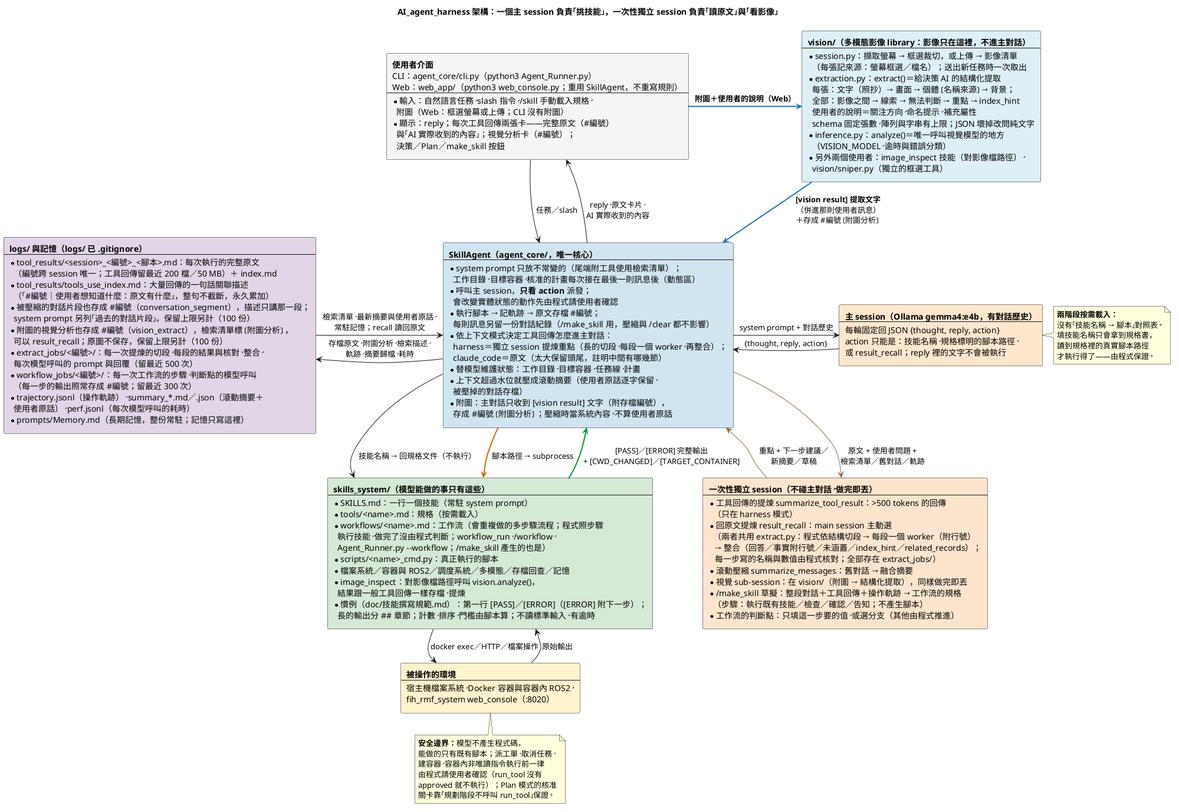
Before: doc/images/AI_agent_harness的說明.png, a diagram exported from PlantUML (DavidZox/Coding_agnet).
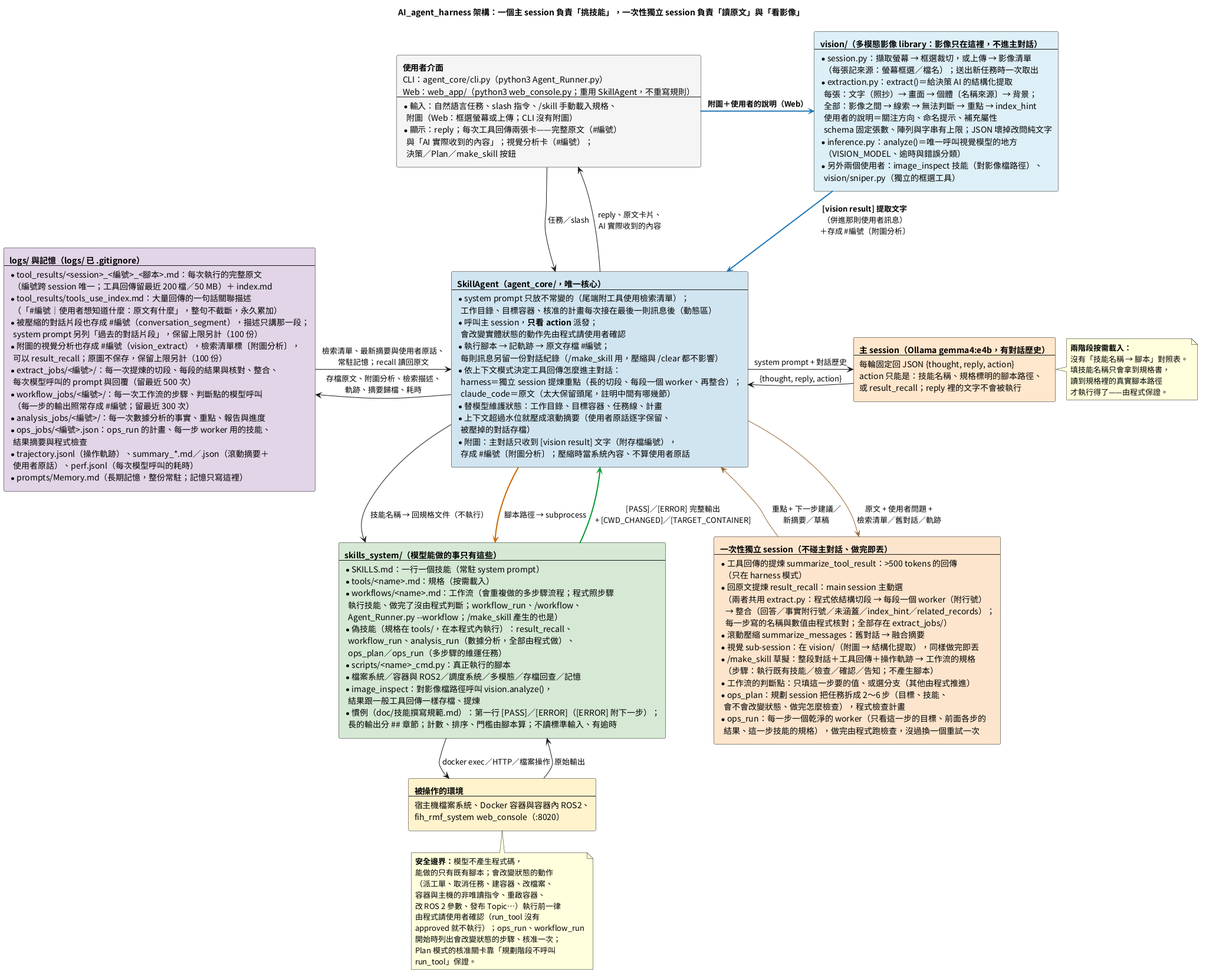
Later version of the same file.

The edit, as a diff of the source:
```diff
@@ -3,7 +3,7 @@
 skinparam ranksep 60
 skinparam nodesep 60
 skinparam shadowing false
-skinparam defaultFontName "Microsoft JhengHei"
+skinparam defaultFontName "Noto Sans CJK TC"
 
 title AI_agent_harness 架構：一個主 session 負責「挑技能」，一次性獨立 session 負責「讀原文」與「看影像」
 
@@ -76,6 +76,10 @@
   * /make_skill 草擬：整段對話＋工具回傳＋操作軌跡 → 工作流的規格
     （步驟：執行既有技能／檢查／確認／告知；不產生腳本）
   * 工作流的判斷點：只填這一步要的值、或選分支（其他由程式推進）
+  * ops_plan：規劃 session 把任務拆成 2～6 步（目標、技能、
+    會不會改變狀態、做完怎麼檢查），程式檢查計畫
+  * ops_run：每一步一個乾淨的 worker（只看這一步的目標、前面各步的
+    結果、這一步技能的規格），做完由程式跑檢查，沒過換一個重試一次
 ]
 
 rectangle NodeSkills #D5E8D4 [
@@ -86,6 +90,9 @@
   * workflows/<name>.md：工作流（會重複做的多步驟流程；程式照步驟
     執行技能、做完了沒由程式判斷；workflow_run、/workflow、
     Agent_Runner.py --workflow；/make_skill 產生的也是）
+  * 偽技能（規格在 tools/，在本程式內執行）：result_recall、
+    workflow_run、analysis_run（數據分析，全部由程式做）、
+    ops_plan／ops_run（多步驟的維運任務）
   * scripts/<name>_cmd.py：真正執行的腳本
   * 檔案系統／容器與 ROS2／調度系統／多模態／存檔回查／記憶
   * image_inspect：對影像檔路徑呼叫 vision.analyze()，
@@ -116,6 +123,9 @@
     每次模型呼叫的 prompt 與回覆（留最近 500 次）
   * workflow_jobs/<編號>/：每一次工作流的步驟、判斷點的模型呼叫
     （每一步的輸出照常存成 #編號；留最近 300 次）
+  * analysis_jobs/<編號>/：每一次數據分析的事實、重點、報告與進度
+  * ops_jobs/<編號>.json：ops_run 的計畫、每一步 worker 用的技能、
+    結果摘要與程式檢查
   * trajectory.jsonl（操作軌跡）、summary_*.md／.json（滾動摘要＋
     使用者原話）、perf.jsonl（每次模型呼叫的耗時）
   * prompts/Memory.md（長期記憶，整份常駐；記憶只寫這裡）
@@ -149,11 +159,15 @@
 
 note bottom of NodeWorld
   **安全邊界：**模型不產生程式碼，
-  能做的只有既有腳本；派工單、取消任務、
-  建容器、容器內非唯讀指令執行前一律
+  能做的只有既有腳本；會改變狀態的動作
+  （派工單、取消任務、建容器、改檔案、
+  容器與主機的非唯讀指令、重啟容器、
+  改 ROS 2 參數、發布 Topic…）執行前一律
   由程式請使用者確認（run_tool 沒有
-  approved 就不執行）；Plan 模式的核准
-  關卡靠「規劃階段不呼叫 run_tool」保證。
+  approved 就不執行）；ops_run、workflow_run
+  開始時列出會改變狀態的步驟、核准一次；
+  Plan 模式的核准關卡靠「規劃階段不呼叫
+  run_tool」保證。
 end note
 
 @enduml
```
